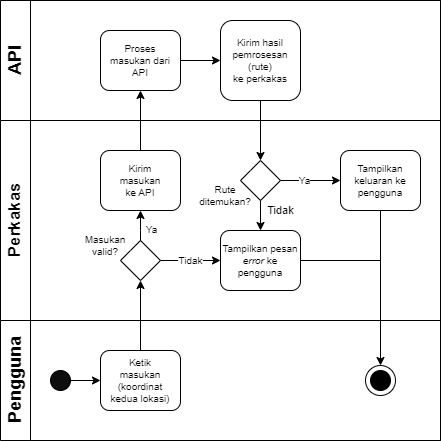
Above: doc/DokumenSkripsi/Gambar/diagrams-activity-findroute.png in alfredapri/Skripsi (draw.io), before the change. Source tidied: cells renumbered, new cells last; positions are measured from the earlier drawing's top-left corner, leaving out a move shared by most shapes. Source of this version:
```xml
<mxGraphModel>
  <root>
    <mxCell id="0" />
    <mxCell id="1" parent="0" />
    <mxCell id="2" style="swimlane;html=1;horizontal=0;startSize=0;" parent="1" vertex="1">
      <mxGeometry width="440" height="440" as="geometry" />
    </mxCell>
    <mxCell id="3" value="&lt;font style=&quot;font-size: 18px;&quot;&gt;API&lt;br&gt;&lt;/font&gt;" style="swimlane;html=1;startSize=30;horizontal=0;" parent="2" vertex="1">
      <mxGeometry width="440" height="120" as="geometry" />
    </mxCell>
    <mxCell id="4" style="edgeStyle=orthogonalEdgeStyle;rounded=0;jettySize=auto;html=1;fontSize=10;" parent="3" edge="1" source="5" target="6">
      <mxGeometry relative="1" as="geometry" />
    </mxCell>
    <mxCell id="5" value="&lt;p style=&quot;line-height: 1.2; font-size: 10px;&quot;&gt;&lt;font style=&quot;font-size: 10px; line-height: 1;&quot;&gt;Proses&lt;br style=&quot;font-size: 10px;&quot;&gt; &lt;/font&gt;&lt;font style=&quot;font-size: 10px; line-height: 1;&quot;&gt;masukan dari API&lt;/font&gt;&lt;/p&gt;" style="rounded=1;whiteSpace=wrap;html=1;fontSize=10;fontStyle=0;" parent="3" vertex="1">
      <mxGeometry x="100" y="30" width="80" height="60" as="geometry" />
    </mxCell>
    <mxCell id="6" value="&lt;p style=&quot;line-height: 1.2; font-size: 10px;&quot;&gt;Kirim hasil pemrosesan (rute) &lt;br&gt;ke perkakas&lt;/p&gt;" style="rounded=1;whiteSpace=wrap;html=1;fontSize=10;fontStyle=0;" parent="3" vertex="1">
      <mxGeometry x="220" y="20" width="80" height="80" as="geometry" />
    </mxCell>
    <mxCell id="7" style="edgeStyle=orthogonalEdgeStyle;rounded=0;jettySize=auto;html=1;fontSize=12;" parent="2" edge="1" source="25" target="12">
      <mxGeometry relative="1" as="geometry" />
    </mxCell>
    <mxCell id="8" style="edgeStyle=orthogonalEdgeStyle;rounded=0;jettySize=auto;html=1;fontSize=12;exitX=0.5;exitY=0;exitDx=0;exitDy=0;" parent="2" edge="1" source="15" target="5">
      <mxGeometry relative="1" as="geometry" />
    </mxCell>
    <mxCell id="9" style="edgeStyle=orthogonalEdgeStyle;rounded=0;jettySize=auto;html=1;fontSize=10;entryX=0.5;entryY=0;entryDx=0;entryDy=0;" parent="2" edge="1" source="6" target="20">
      <mxGeometry relative="1" as="geometry" />
    </mxCell>
    <mxCell id="10" value="&lt;font style=&quot;font-size: 17px;&quot;&gt;Perkakas&lt;/font&gt;" style="swimlane;html=1;startSize=30;horizontal=0;" parent="2" vertex="1">
      <mxGeometry y="120" width="440" height="200" as="geometry" />
    </mxCell>
    <mxCell id="11" value="Tidak" style="edgeStyle=orthogonalEdgeStyle;rounded=0;jettySize=auto;html=1;fontSize=10;" parent="10" edge="1" source="12" target="16">
      <mxGeometry relative="1" as="geometry">
        <Array as="points">
          <mxPoint x="180" y="140" />
          <mxPoint x="180" y="140" />
        </Array>
      </mxGeometry>
    </mxCell>
    <mxCell id="12" value="&lt;p style=&quot;line-height: 1.2; font-size: 10px;&quot;&gt;&lt;br&gt;&lt;/p&gt;" style="rhombus;whiteSpace=wrap;html=1;fontSize=10;rounded=1;arcSize=0;" parent="10" vertex="1">
      <mxGeometry x="120" y="120" width="40" height="40" as="geometry" />
    </mxCell>
    <mxCell id="13" style="edgeStyle=orthogonalEdgeStyle;rounded=0;jettySize=auto;html=1;fontSize=12;exitX=0.5;exitY=0;exitDx=0;exitDy=0;entryX=0.5;entryY=1;entryDx=0;entryDy=0;startArrow=none;" parent="10" edge="1" source="12" target="15">
      <mxGeometry relative="1" as="geometry">
        <Array as="points">
          <mxPoint x="140" y="110" />
          <mxPoint x="140" y="110" />
        </Array>
      </mxGeometry>
    </mxCell>
    <mxCell id="14" value="&lt;font style=&quot;font-size: 10px;&quot;&gt;Ya&lt;/font&gt;" style="edgeLabel;html=1;align=center;verticalAlign=middle;fontSize=12;" parent="13" vertex="1">
      <mxGeometry x="0.3" relative="1" as="geometry">
        <mxPoint x="10" y="8" as="offset" />
      </mxGeometry>
    </mxCell>
    <mxCell id="15" value="&lt;p style=&quot;line-height: 1.2; font-size: 10px;&quot;&gt;&lt;font style=&quot;font-size: 10px; line-height: 1;&quot;&gt;Kirim&lt;br style=&quot;font-size: 10px;&quot;&gt; &lt;/font&gt;&lt;font style=&quot;font-size: 10px; line-height: 1;&quot;&gt;masukan&lt;br&gt;ke API&lt;/font&gt;&lt;/p&gt;" style="rounded=1;whiteSpace=wrap;html=1;fontSize=10;" parent="10" vertex="1">
      <mxGeometry x="100" y="30" width="80" height="60" as="geometry" />
    </mxCell>
    <mxCell id="16" value="&lt;p style=&quot;line-height: 1.2; font-size: 10px;&quot;&gt;Tampilkan pesan &lt;i&gt;error &lt;/i&gt;ke pengguna&lt;/p&gt;" style="rounded=1;whiteSpace=wrap;html=1;fontSize=18;fontStyle=0;" parent="10" vertex="1">
      <mxGeometry x="220" y="110" width="80" height="60" as="geometry" />
    </mxCell>
    <mxCell id="17" value="&lt;p style=&quot;line-height: 1.2; font-size: 10px;&quot;&gt;&lt;font style=&quot;font-size: 10px;&quot;&gt;Tampilkan keluaran ke pengguna&lt;/font&gt;&lt;/p&gt;" style="rounded=1;whiteSpace=wrap;html=1;fontSize=10;" parent="10" vertex="1">
      <mxGeometry x="340" y="30" width="80" height="60" as="geometry" />
    </mxCell>
    <mxCell id="18" value="Ya" style="edgeStyle=orthogonalEdgeStyle;rounded=0;jettySize=auto;html=1;fontSize=10;" parent="10" edge="1" source="20">
      <mxGeometry x="-0.2" relative="1" as="geometry">
        <mxPoint x="340" y="60" as="targetPoint" />
      </mxGeometry>
    </mxCell>
    <mxCell id="19" value="Tidak" style="edgeStyle=orthogonalEdgeStyle;rounded=0;jettySize=auto;html=1;" parent="10" edge="1" source="20" target="16">
      <mxGeometry x="0.2" y="20" relative="1" as="geometry" />
    </mxCell>
    <mxCell id="20" value="&lt;p style=&quot;line-height: 1.2; font-size: 10px;&quot;&gt;&lt;br&gt;&lt;/p&gt;" style="rhombus;whiteSpace=wrap;html=1;fontSize=10;rounded=1;arcSize=0;" parent="10" vertex="1">
      <mxGeometry x="240" y="40" width="40" height="40" as="geometry" />
    </mxCell>
    <mxCell id="21" value="Rute ditemukan?" style="text;html=1;strokeColor=none;fillColor=none;align=center;verticalAlign=middle;whiteSpace=wrap;rounded=0;fontSize=10;" parent="10" vertex="1">
      <mxGeometry x="200" y="60" width="50" height="30" as="geometry" />
    </mxCell>
    <mxCell id="22" value="Masukan valid?" style="text;html=1;strokeColor=none;fillColor=none;align=center;verticalAlign=middle;whiteSpace=wrap;rounded=0;fontSize=10;" parent="10" vertex="1">
      <mxGeometry x="80" y="110" width="50" height="30" as="geometry" />
    </mxCell>
    <mxCell id="23" value="&lt;font style=&quot;font-size: 18px;&quot;&gt;Pengguna&lt;br&gt;&lt;/font&gt;" style="swimlane;html=1;startSize=30;horizontal=0;" parent="2" vertex="1">
      <mxGeometry y="320" width="440" height="120" as="geometry" />
    </mxCell>
    <mxCell id="24" style="ellipse;whiteSpace=wrap;html=1;fillColor=#0D0D0D;" parent="23" vertex="1">
      <mxGeometry x="50" y="50" width="20" height="20" as="geometry" />
    </mxCell>
    <mxCell id="25" value="&lt;p style=&quot;line-height: 1.2; font-size: 10px;&quot;&gt;&lt;font style=&quot;font-size: 10px; line-height: 1.2;&quot;&gt;Ketik&lt;br style=&quot;font-size: 10px;&quot;&gt;masukan (koordinat &lt;br&gt;kedua lokasi)&lt;/font&gt;&lt;/p&gt;" style="rounded=1;whiteSpace=wrap;html=1;fontSize=10;" parent="23" vertex="1">
      <mxGeometry x="100" y="30" width="80" height="60" as="geometry" />
    </mxCell>
    <mxCell id="26" style="edgeStyle=orthogonalEdgeStyle;rounded=0;jettySize=auto;html=1;entryX=0;entryY=0.5;entryDx=0;entryDy=0;" parent="23" edge="1" source="24" target="25">
      <mxGeometry relative="1" as="geometry" />
    </mxCell>
    <mxCell id="27" style="group;" parent="23" vertex="1">
      <mxGeometry x="365" y="45" width="30" height="30" as="geometry" />
    </mxCell>
    <mxCell id="28" style="ellipse;whiteSpace=wrap;html=1;fillColor=#FFFFFF;" parent="27" vertex="1">
      <mxGeometry width="30" height="30" as="geometry" />
    </mxCell>
    <mxCell id="29" style="ellipse;whiteSpace=wrap;html=1;fillColor=#FFFFF;" parent="27" vertex="1">
      <mxGeometry x="5" y="5" width="20" height="20" as="geometry" />
    </mxCell>
    <mxCell id="30" style="edgeStyle=orthogonalEdgeStyle;rounded=0;jettySize=auto;html=1;fontSize=10;entryX=0.5;entryY=0;entryDx=0;entryDy=0;exitX=0.5;exitY=1;exitDx=0;exitDy=0;" parent="2" edge="1" source="17" target="28">
      <mxGeometry relative="1" as="geometry" />
    </mxCell>
    <mxCell id="31" style="edgeStyle=orthogonalEdgeStyle;rounded=0;jettySize=auto;html=1;fontSize=10;exitX=1;exitY=0.5;exitDx=0;exitDy=0;endArrow=none;endFill=0;" parent="1" edge="1" source="16">
      <mxGeometry relative="1" as="geometry">
        <mxPoint x="380" y="260" as="targetPoint" />
      </mxGeometry>
    </mxCell>
  </root>
</mxGraphModel>
```
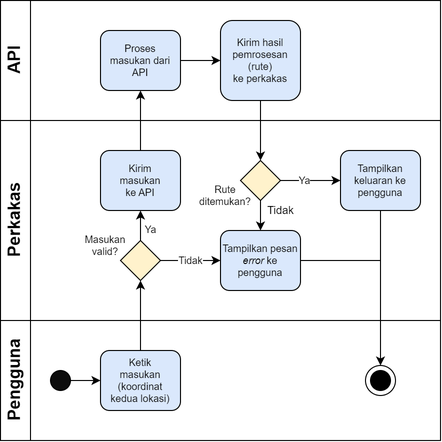
Later version of the same file.

Change to the diagram source:
```diff
@@ -5,16 +5,16 @@
     <mxCell id="2" style="swimlane;html=1;horizontal=0;startSize=0;" parent="1" vertex="1">
       <mxGeometry width="440" height="440" as="geometry" />
     </mxCell>
-    <mxCell id="3" value="&lt;font style=&quot;font-size: 18px;&quot;&gt;API&lt;br&gt;&lt;/font&gt;" style="swimlane;html=1;startSize=30;horizontal=0;" parent="2" vertex="1">
+    <mxCell id="3" value="&lt;font style=&quot;&quot;&gt;&lt;font style=&quot;font-size: 17px;&quot;&gt;API&lt;/font&gt;&lt;br&gt;&lt;/font&gt;" style="swimlane;html=1;startSize=30;horizontal=0;" parent="2" vertex="1">
       <mxGeometry width="440" height="120" as="geometry" />
     </mxCell>
     <mxCell id="4" style="edgeStyle=orthogonalEdgeStyle;rounded=0;jettySize=auto;html=1;fontSize=10;" parent="3" edge="1" source="5" target="6">
       <mxGeometry relative="1" as="geometry" />
     </mxCell>
-    <mxCell id="5" value="&lt;p style=&quot;line-height: 1.2; font-size: 10px;&quot;&gt;&lt;font style=&quot;font-size: 10px; line-height: 1;&quot;&gt;Proses&lt;br style=&quot;font-size: 10px;&quot;&gt; &lt;/font&gt;&lt;font style=&quot;font-size: 10px; line-height: 1;&quot;&gt;masukan dari API&lt;/font&gt;&lt;/p&gt;" style="rounded=1;whiteSpace=wrap;html=1;fontSize=10;fontStyle=0;" parent="3" vertex="1">
+    <mxCell id="5" value="&lt;p style=&quot;line-height: 1.2; font-size: 10px;&quot;&gt;&lt;font style=&quot;font-size: 10px; line-height: 1;&quot;&gt;Proses&lt;br style=&quot;font-size: 10px;&quot;&gt; &lt;/font&gt;&lt;font style=&quot;font-size: 10px; line-height: 1;&quot;&gt;masukan dari API&lt;/font&gt;&lt;/p&gt;" style="rounded=1;whiteSpace=wrap;html=1;fontSize=10;fontStyle=0;fillColor=#dae8fc;strokeColor=default;" parent="3" vertex="1">
       <mxGeometry x="100" y="30" width="80" height="60" as="geometry" />
     </mxCell>
-    <mxCell id="6" value="&lt;p style=&quot;line-height: 1.2; font-size: 10px;&quot;&gt;Kirim hasil pemrosesan (rute) &lt;br&gt;ke perkakas&lt;/p&gt;" style="rounded=1;whiteSpace=wrap;html=1;fontSize=10;fontStyle=0;" parent="3" vertex="1">
+    <mxCell id="6" value="&lt;p style=&quot;line-height: 1.2; font-size: 10px;&quot;&gt;Kirim hasil pemrosesan (rute) &lt;br&gt;ke perkakas&lt;/p&gt;" style="rounded=1;whiteSpace=wrap;html=1;fontSize=10;fontStyle=0;fillColor=#dae8fc;strokeColor=default;" parent="3" vertex="1">
       <mxGeometry x="220" y="20" width="80" height="80" as="geometry" />
     </mxCell>
     <mxCell id="7" style="edgeStyle=orthogonalEdgeStyle;rounded=0;jettySize=auto;html=1;fontSize=12;" parent="2" edge="1" source="25" target="12">
@@ -37,7 +37,7 @@
         </Array>
       </mxGeometry>
     </mxCell>
-    <mxCell id="12" value="&lt;p style=&quot;line-height: 1.2; font-size: 10px;&quot;&gt;&lt;br&gt;&lt;/p&gt;" style="rhombus;whiteSpace=wrap;html=1;fontSize=10;rounded=1;arcSize=0;" parent="10" vertex="1">
+    <mxCell id="12" value="&lt;p style=&quot;line-height: 1.2; font-size: 10px;&quot;&gt;&lt;br&gt;&lt;/p&gt;" style="rhombus;whiteSpace=wrap;html=1;fontSize=10;rounded=1;arcSize=0;fillColor=#fff2cc;strokeColor=default;" parent="10" vertex="1">
       <mxGeometry x="120" y="120" width="40" height="40" as="geometry" />
     </mxCell>
     <mxCell id="13" style="edgeStyle=orthogonalEdgeStyle;rounded=0;jettySize=auto;html=1;fontSize=12;exitX=0.5;exitY=0;exitDx=0;exitDy=0;entryX=0.5;entryY=1;entryDx=0;entryDy=0;startArrow=none;" parent="10" edge="1" source="12" target="15">
@@ -53,13 +53,13 @@
         <mxPoint x="10" y="8" as="offset" />
       </mxGeometry>
     </mxCell>
-    <mxCell id="15" value="&lt;p style=&quot;line-height: 1.2; font-size: 10px;&quot;&gt;&lt;font style=&quot;font-size: 10px; line-height: 1;&quot;&gt;Kirim&lt;br style=&quot;font-size: 10px;&quot;&gt; &lt;/font&gt;&lt;font style=&quot;font-size: 10px; line-height: 1;&quot;&gt;masukan&lt;br&gt;ke API&lt;/font&gt;&lt;/p&gt;" style="rounded=1;whiteSpace=wrap;html=1;fontSize=10;" parent="10" vertex="1">
+    <mxCell id="15" value="&lt;p style=&quot;line-height: 1.2; font-size: 10px;&quot;&gt;&lt;font style=&quot;font-size: 10px; line-height: 1;&quot;&gt;Kirim&lt;br style=&quot;font-size: 10px;&quot;&gt; &lt;/font&gt;&lt;font style=&quot;font-size: 10px; line-height: 1;&quot;&gt;masukan&lt;br&gt;ke API&lt;/font&gt;&lt;/p&gt;" style="rounded=1;whiteSpace=wrap;html=1;fontSize=10;fillColor=#dae8fc;strokeColor=default;" parent="10" vertex="1">
       <mxGeometry x="100" y="30" width="80" height="60" as="geometry" />
     </mxCell>
-    <mxCell id="16" value="&lt;p style=&quot;line-height: 1.2; font-size: 10px;&quot;&gt;Tampilkan pesan &lt;i&gt;error &lt;/i&gt;ke pengguna&lt;/p&gt;" style="rounded=1;whiteSpace=wrap;html=1;fontSize=18;fontStyle=0;" parent="10" vertex="1">
+    <mxCell id="16" value="&lt;p style=&quot;line-height: 1.2; font-size: 10px;&quot;&gt;Tampilkan pesan &lt;i&gt;error &lt;/i&gt;ke pengguna&lt;/p&gt;" style="rounded=1;whiteSpace=wrap;html=1;fontSize=18;fontStyle=0;fillColor=#dae8fc;strokeColor=default;" parent="10" vertex="1">
       <mxGeometry x="220" y="110" width="80" height="60" as="geometry" />
     </mxCell>
-    <mxCell id="17" value="&lt;p style=&quot;line-height: 1.2; font-size: 10px;&quot;&gt;&lt;font style=&quot;font-size: 10px;&quot;&gt;Tampilkan keluaran ke pengguna&lt;/font&gt;&lt;/p&gt;" style="rounded=1;whiteSpace=wrap;html=1;fontSize=10;" parent="10" vertex="1">
+    <mxCell id="17" value="&lt;p style=&quot;line-height: 1.2; font-size: 10px;&quot;&gt;&lt;font style=&quot;font-size: 10px;&quot;&gt;Tampilkan keluaran ke pengguna&lt;/font&gt;&lt;/p&gt;" style="rounded=1;whiteSpace=wrap;html=1;fontSize=10;fillColor=#dae8fc;strokeColor=default;" parent="10" vertex="1">
       <mxGeometry x="340" y="30" width="80" height="60" as="geometry" />
     </mxCell>
     <mxCell id="18" value="Ya" style="edgeStyle=orthogonalEdgeStyle;rounded=0;jettySize=auto;html=1;fontSize=10;" parent="10" edge="1" source="20">
@@ -70,7 +70,7 @@
     <mxCell id="19" value="Tidak" style="edgeStyle=orthogonalEdgeStyle;rounded=0;jettySize=auto;html=1;" parent="10" edge="1" source="20" target="16">
       <mxGeometry x="0.2" y="20" relative="1" as="geometry" />
     </mxCell>
-    <mxCell id="20" value="&lt;p style=&quot;line-height: 1.2; font-size: 10px;&quot;&gt;&lt;br&gt;&lt;/p&gt;" style="rhombus;whiteSpace=wrap;html=1;fontSize=10;rounded=1;arcSize=0;" parent="10" vertex="1">
+    <mxCell id="20" value="&lt;p style=&quot;line-height: 1.2; font-size: 10px;&quot;&gt;&lt;br&gt;&lt;/p&gt;" style="rhombus;whiteSpace=wrap;html=1;fontSize=10;rounded=1;arcSize=0;fillColor=#fff2cc;strokeColor=default;" parent="10" vertex="1">
       <mxGeometry x="240" y="40" width="40" height="40" as="geometry" />
     </mxCell>
     <mxCell id="21" value="Rute ditemukan?" style="text;html=1;strokeColor=none;fillColor=none;align=center;verticalAlign=middle;whiteSpace=wrap;rounded=0;fontSize=10;" parent="10" vertex="1">
@@ -79,13 +79,13 @@
     <mxCell id="22" value="Masukan valid?" style="text;html=1;strokeColor=none;fillColor=none;align=center;verticalAlign=middle;whiteSpace=wrap;rounded=0;fontSize=10;" parent="10" vertex="1">
       <mxGeometry x="80" y="110" width="50" height="30" as="geometry" />
     </mxCell>
-    <mxCell id="23" value="&lt;font style=&quot;font-size: 18px;&quot;&gt;Pengguna&lt;br&gt;&lt;/font&gt;" style="swimlane;html=1;startSize=30;horizontal=0;" parent="2" vertex="1">
+    <mxCell id="23" value="&lt;font style=&quot;&quot;&gt;&lt;font style=&quot;font-size: 17px;&quot;&gt;Pengguna&lt;/font&gt;&lt;br&gt;&lt;/font&gt;" style="swimlane;html=1;startSize=30;horizontal=0;" parent="2" vertex="1">
       <mxGeometry y="320" width="440" height="120" as="geometry" />
     </mxCell>
     <mxCell id="24" style="ellipse;whiteSpace=wrap;html=1;fillColor=#0D0D0D;" parent="23" vertex="1">
       <mxGeometry x="50" y="50" width="20" height="20" as="geometry" />
     </mxCell>
-    <mxCell id="25" value="&lt;p style=&quot;line-height: 1.2; font-size: 10px;&quot;&gt;&lt;font style=&quot;font-size: 10px; line-height: 1.2;&quot;&gt;Ketik&lt;br style=&quot;font-size: 10px;&quot;&gt;masukan (koordinat &lt;br&gt;kedua lokasi)&lt;/font&gt;&lt;/p&gt;" style="rounded=1;whiteSpace=wrap;html=1;fontSize=10;" parent="23" vertex="1">
+    <mxCell id="25" value="&lt;p style=&quot;line-height: 1.2; font-size: 10px;&quot;&gt;&lt;font style=&quot;font-size: 10px; line-height: 1.2;&quot;&gt;Ketik&lt;br style=&quot;font-size: 10px;&quot;&gt;masukan (koordinat &lt;br&gt;kedua lokasi)&lt;/font&gt;&lt;/p&gt;" style="rounded=1;whiteSpace=wrap;html=1;fontSize=10;fillColor=#dae8fc;strokeColor=default;" parent="23" vertex="1">
       <mxGeometry x="100" y="30" width="80" height="60" as="geometry" />
     </mxCell>
     <mxCell id="26" style="edgeStyle=orthogonalEdgeStyle;rounded=0;jettySize=auto;html=1;entryX=0;entryY=0.5;entryDx=0;entryDy=0;" parent="23" edge="1" source="24" target="25">
```
